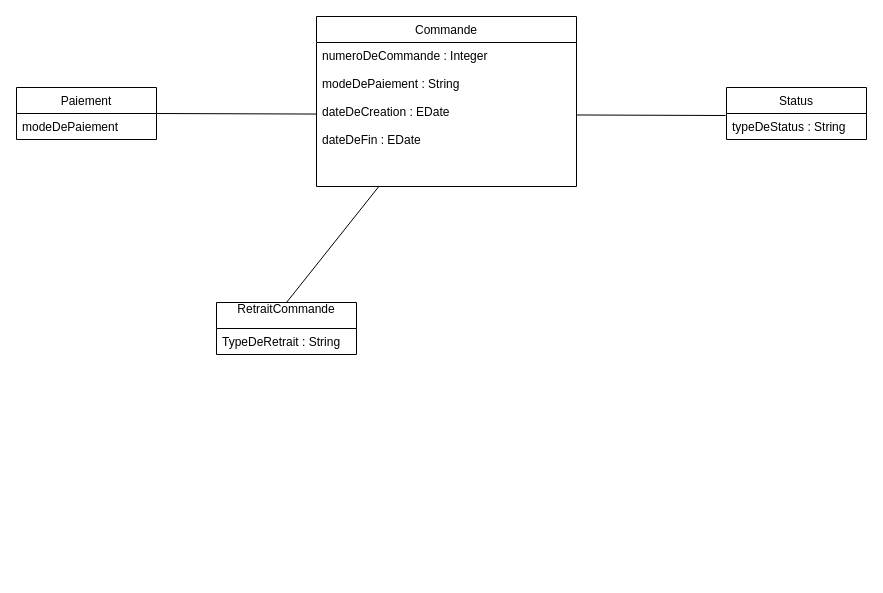
vinsbld/StechOcPizz keeps this draw.io diagram as Untitled Diagram TACHE 5.drawio. Above is the earlier version. Source tidied: cells renumbered, new cells numbered last; positions are measured from the earlier drawing's top-left corner, leaving out a move shared by most shapes. Both pictures are drawn from the tidied source at 100%, with x=0, y=0 at pixel (16, 16).
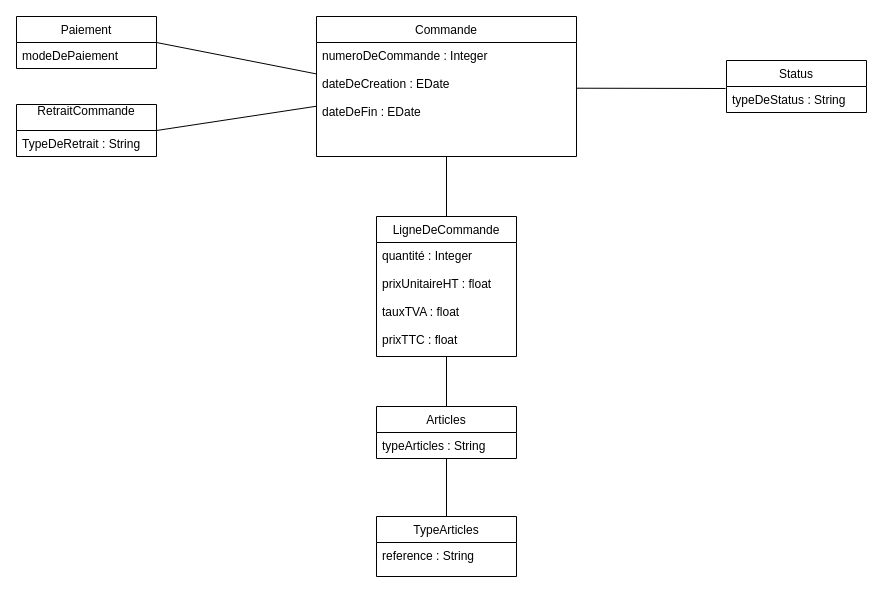
The same page after the edit.

The change refers to these unchanged cells:
```xml
<mxCell id="6" value="typeDeStatus : String&#10;" style="text;strokeColor=none;fillColor=none;align=left;verticalAlign=top;spacingLeft=4;spacingRight=4;overflow=hidden;points=[[0,0.5],[1,0.5]];portConstraint=eastwest;" parent="5" vertex="1">
  <mxGeometry y="26" width="140" height="26" as="geometry" />
</mxCell>
```

Change to the diagram source:
```diff
@@
-    <mxCell id="2" style="edgeStyle=none;rounded=0;jettySize=auto;html=1;entryX=0.5;entryY=0;entryDx=0;entryDy=0;endArrow=none;endFill=0;" parent="1" edge="1" source="3" target="8">
+    <mxCell id="2" style="edgeStyle=none;rounded=0;jettySize=auto;html=1;entryX=1;entryY=0.5;entryDx=0;entryDy=0;endArrow=none;endFill=0;" parent="1" edge="1" source="3" target="8">
       <mxGeometry relative="1" as="geometry" />
     </mxCell>
+    <mxCell id="13" style="edgeStyle=none;rounded=0;jettySize=auto;html=1;entryX=0.5;entryY=0;entryDx=0;entryDy=0;endArrow=none;endFill=0;" parent="1" edge="1" source="3" target="15">
+      <mxGeometry relative="1" as="geometry" />
+    </mxCell>
     <mxCell id="3" value="Commande" style="swimlane;fontStyle=0;horizontal=1;startSize=26;fillColor=none;" parent="1" vertex="1">
-      <mxGeometry x="300" width="260" height="170" as="geometry" />
+      <mxGeometry x="300" width="260" height="140" as="geometry" />
     </mxCell>
-    <mxCell id="4" value="numeroDeCommande : Integer&#10;&#10;modeDePaiement : String&#10;&#10;dateDeCreation : EDate&#10;&#10;dateDeFin : EDate&#10;&#10;" style="text;strokeColor=none;fillColor=none;align=left;verticalAlign=top;spacingLeft=4;spacingRight=4;overflow=hidden;points=[[0,0.5],[1,0.5]];portConstraint=eastwest;" parent="3" vertex="1">
-      <mxGeometry y="26" width="260" height="144" as="geometry" />
+    <mxCell id="4" value="numeroDeCommande : Integer&#10;&#10;dateDeCreation : EDate&#10;&#10;dateDeFin : EDate&#10;&#10;" style="text;strokeColor=none;fillColor=none;align=left;verticalAlign=top;spacingLeft=4;spacingRight=4;overflow=hidden;points=[[0,0.5],[1,0.5]];portConstraint=eastwest;" parent="3" vertex="1">
+      <mxGeometry y="26" width="260" height="114" as="geometry" />
     </mxCell>
     <mxCell id="5" value="Status" style="swimlane;fontStyle=0;horizontal=1;startSize=26;fillColor=none;" parent="1" vertex="1">
-      <mxGeometry x="710" y="71" width="140" height="52" as="geometry" />
+      <mxGeometry x="710" y="44" width="140" height="52" as="geometry" />
     </mxCell>
@@
-    <mxCell id="7" style="rounded=0;jettySize=auto;html=1;entryX=-0.007;entryY=0.077;entryDx=0;entryDy=0;entryPerimeter=0;endArrow=none;endFill=0;" parent="1" edge="1" source="4" target="6">
+    <mxCell id="7" style="rounded=0;jettySize=auto;html=1;entryX=-0.007;entryY=0.077;entryDx=0;entryDy=0;entryPerimeter=0;endArrow=none;endFill=0;exitX=1;exitY=0.401;exitDx=0;exitDy=0;exitPerimeter=0;" parent="1" edge="1" source="4" target="6">
       <mxGeometry relative="1" as="geometry" />
     </mxCell>
     <mxCell id="8" value="RetraitCommande&#10;" style="swimlane;fontStyle=0;horizontal=1;startSize=26;fillColor=none;" parent="1" vertex="1">
-      <mxGeometry x="200" y="286" width="140" height="52" as="geometry" />
+      <mxGeometry y="88" width="140" height="52" as="geometry" />
     </mxCell>
@@
     <mxCell id="10" value="Paiement" style="swimlane;fontStyle=0;horizontal=1;startSize=26;fillColor=none;" parent="1" vertex="1">
-      <mxGeometry y="71" width="140" height="52" as="geometry" />
+      <mxGeometry width="140" height="52" as="geometry" />
     </mxCell>
@@
+    <mxCell id="14" style="edgeStyle=none;rounded=0;jettySize=auto;html=1;endArrow=none;endFill=0;" parent="1" edge="1" source="15" target="18">
+      <mxGeometry relative="1" as="geometry" />
+    </mxCell>
+    <mxCell id="15" value="LigneDeCommande" style="swimlane;fontStyle=0;horizontal=1;startSize=26;fillColor=none;" parent="1" vertex="1">
+      <mxGeometry x="360" y="200" width="140" height="140" as="geometry" />
+    </mxCell>
+    <mxCell id="16" value="quantité : Integer&#10;&#10;prixUnitaireHT : float&#10;&#10;tauxTVA : float&#10;&#10;prixTTC : float&#10;" style="text;strokeColor=none;fillColor=none;align=left;verticalAlign=top;spacingLeft=4;spacingRight=4;overflow=hidden;" parent="15" vertex="1">
+      <mxGeometry y="26" width="140" height="114" as="geometry" />
+    </mxCell>
+    <mxCell id="17" style="edgeStyle=none;rounded=0;jettySize=auto;html=1;entryX=0.5;entryY=0;entryDx=0;entryDy=0;endArrow=none;endFill=0;" parent="1" edge="1" source="18" target="20">
+      <mxGeometry relative="1" as="geometry" />
+    </mxCell>
+    <mxCell id="18" value="Articles" style="swimlane;fontStyle=0;horizontal=1;startSize=26;fillColor=none;" parent="1" vertex="1">
+      <mxGeometry x="360" y="390" width="140" height="52" as="geometry" />
+    </mxCell>
+    <mxCell id="19" value="typeArticles : String" style="text;strokeColor=none;fillColor=none;align=left;verticalAlign=top;spacingLeft=4;spacingRight=4;overflow=hidden;" parent="18" vertex="1">
+      <mxGeometry y="26" width="140" height="26" as="geometry" />
+    </mxCell>
+    <mxCell id="20" value="TypeArticles" style="swimlane;fontStyle=0;horizontal=1;startSize=26;fillColor=none;" parent="1" vertex="1">
+      <mxGeometry x="360" y="500" width="140" height="60" as="geometry" />
+    </mxCell>
+    <mxCell id="21" value="reference : String " style="text;strokeColor=none;fillColor=none;align=left;verticalAlign=top;spacingLeft=4;spacingRight=4;overflow=hidden;" parent="20" vertex="1">
+      <mxGeometry y="26" width="140" height="34" as="geometry" />
+    </mxCell>
```
